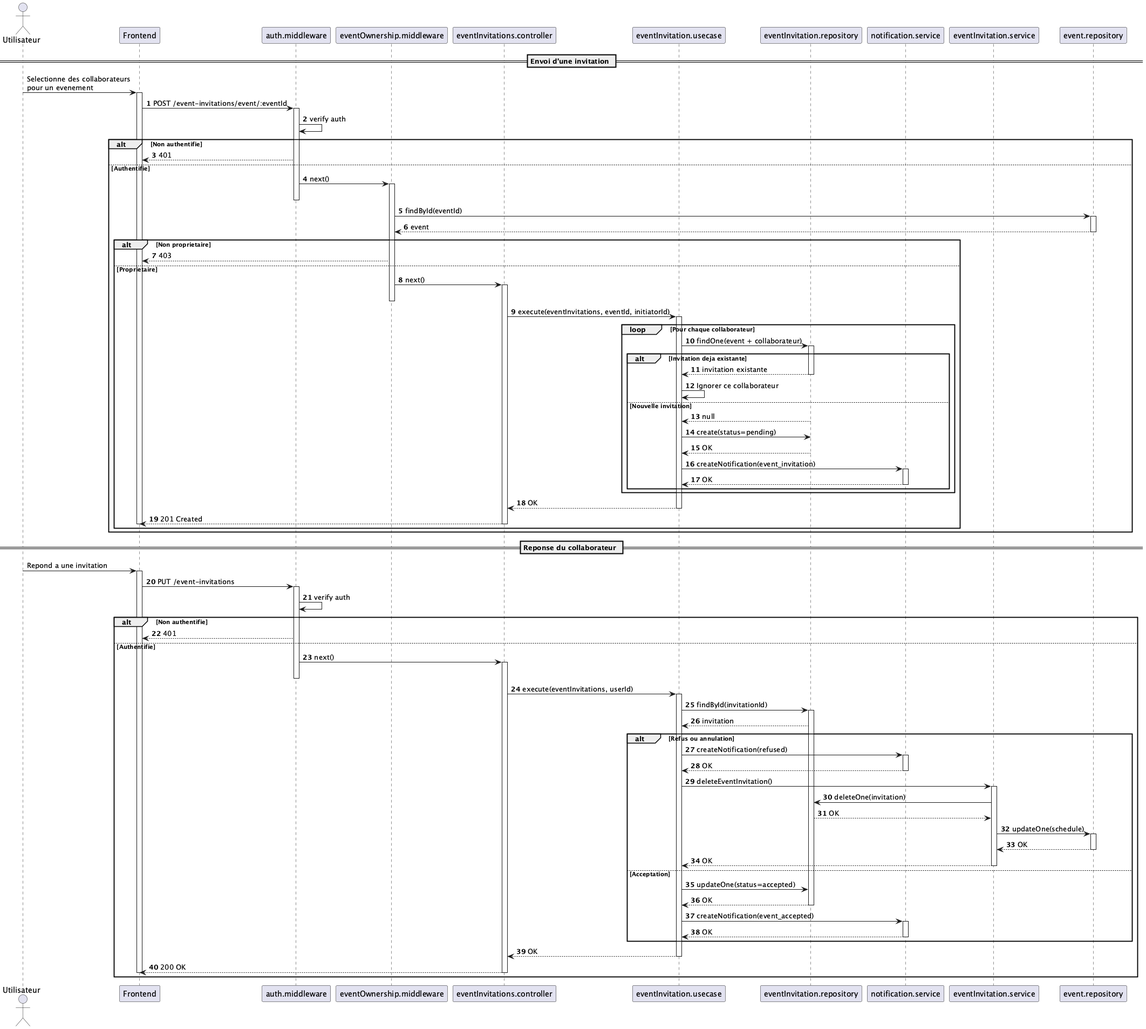
This is diagrams/event-invitation-sequence.png from Nikitasgit/leafymap_backend, a PlantUML export, as it was before one commit. The source it was exported from:
```plantuml
@startuml
!pragma layout smetana

skinparam shadowing false
autonumber

actor "Utilisateur" as user
participant "Frontend" as fe
participant "auth.middleware" as authMw
participant "eventOwnership.middleware" as ownerMw
participant "eventInvitations.controller" as ctrl
participant "eventInvitation.usecase" as action
participant "eventInvitation.repository" as invitationRepo
participant "notification.service" as notif
participant "eventInvitation.service" as invSvc
participant "event.repository" as eventRepo

== Envoi d'une invitation ==

autonumber stop
user -> fe : Selectionne des collaborateurs\npour un evenement
activate fe
autonumber resume

fe -> authMw : POST /event-invitations/event/:eventId
activate authMw
authMw -> authMw : verify auth

alt Non authentifie
  authMw --> fe : 401
else Authentifie
  authMw -> ownerMw : next()
  activate ownerMw
  deactivate authMw

  ownerMw -> eventRepo : findById(eventId)
  activate eventRepo
  eventRepo --> ownerMw : event
  deactivate eventRepo

  alt Non proprietaire
    ownerMw --> fe : 403
  else Proprietaire
    ownerMw -> ctrl : next()
    activate ctrl
    deactivate ownerMw

    ctrl -> action : execute(eventInvitations, eventId, initiatorId)
    activate action

    loop Pour chaque collaborateur
      action -> invitationRepo : findOne(event + collaborateur)
      activate invitationRepo

      alt Invitation deja existante
        invitationRepo --> action : invitation existante
        deactivate invitationRepo
        action -> action : Ignorer ce collaborateur
      else Nouvelle invitation
        invitationRepo --> action : null
        action -> invitationRepo : create(status=pending)
        invitationRepo --> action : OK
        deactivate invitationRepo
        action -> notif : createNotification(event_invitation)
        activate notif
        notif --> action : OK
        deactivate notif
      end
    end

    action --> ctrl : OK
    deactivate action

    ctrl --> fe : 201 Created
    deactivate ctrl
    deactivate fe
  end
end

== Reponse du collaborateur ==

autonumber stop
user -> fe : Repond a une invitation
activate fe
autonumber resume

fe -> authMw : PUT /event-invitations
activate authMw
authMw -> authMw : verify auth

alt Non authentifie
  authMw --> fe : 401
else Authentifie
  authMw -> ctrl : next()
  activate ctrl
  deactivate authMw

  ctrl -> action : execute(eventInvitations, userId)
  activate action

  action -> invitationRepo : findById(invitationId)
  activate invitationRepo
  invitationRepo --> action : invitation

  alt Refus ou annulation
    action -> notif : createNotification(refused)
    activate notif
    notif --> action : OK
    deactivate notif

    action -> invSvc : deleteEventInvitation()
    activate invSvc
    invSvc -> invitationRepo : deleteOne(invitation)
    invitationRepo --> invSvc : OK
    invSvc -> eventRepo : updateOne(schedule)
    activate eventRepo
    eventRepo --> invSvc : OK
    deactivate eventRepo
    invSvc --> action : OK
    deactivate invSvc
  else Acceptation
    action -> invitationRepo : updateOne(status=accepted)
    invitationRepo --> action : OK
    deactivate invitationRepo
    action -> notif : createNotification(event_accepted)
    activate notif
    notif --> action : OK
    deactivate notif
  end

  action --> ctrl : OK
  deactivate action
  ctrl --> fe : 200 OK
  deactivate ctrl
  deactivate fe
end

@enduml
```
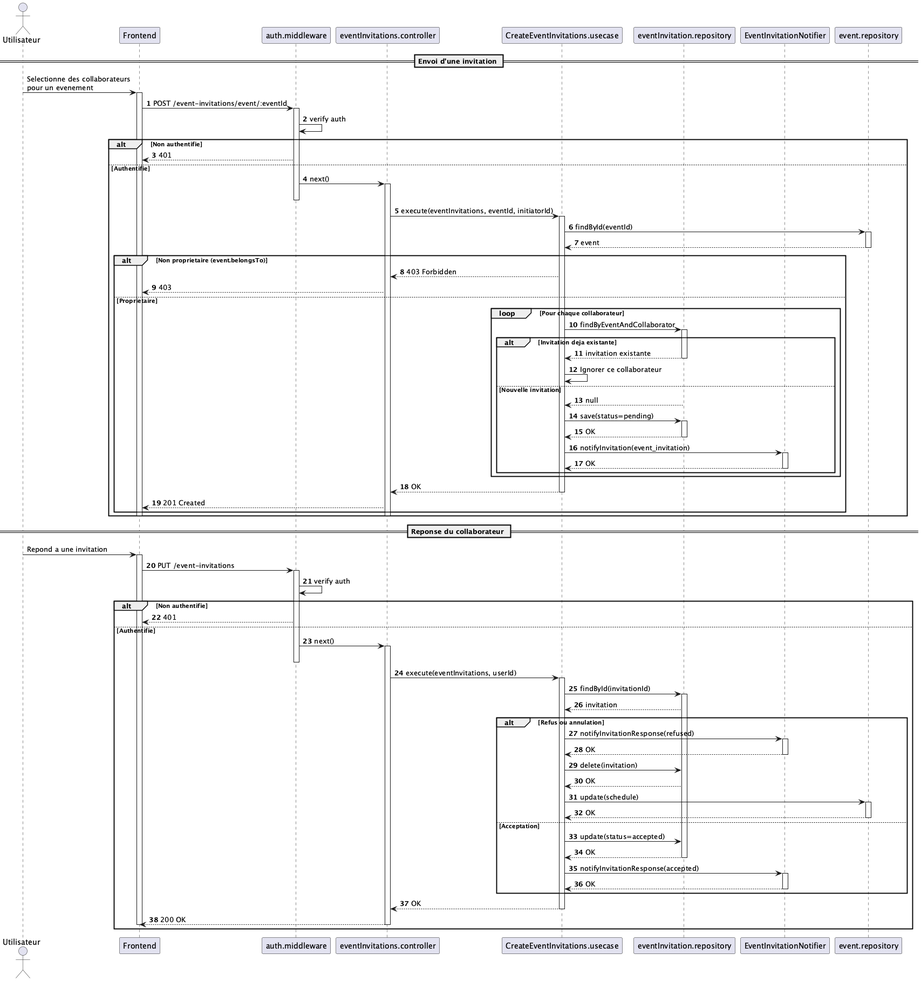
Later version of the same file.

Diff of the diagram source:
```diff
@@ -7,12 +7,10 @@
 actor "Utilisateur" as user
 participant "Frontend" as fe
 participant "auth.middleware" as authMw
-participant "eventOwnership.middleware" as ownerMw
 participant "eventInvitations.controller" as ctrl
-participant "eventInvitation.usecase" as action
+participant "CreateEventInvitations.usecase" as action
 participant "eventInvitation.repository" as invitationRepo
-participant "notification.service" as notif
-participant "eventInvitation.service" as invSvc
+participant "EventInvitationNotifier" as notif
 participant "event.repository" as eventRepo
 
 == Envoi d'une invitation ==
@@ -29,27 +27,24 @@
 alt Non authentifie
   authMw --> fe : 401
 else Authentifie
-  authMw -> ownerMw : next()
-  activate ownerMw
+  authMw -> ctrl : next()
+  activate ctrl
   deactivate authMw
 
-  ownerMw -> eventRepo : findById(eventId)
+  ctrl -> action : execute(eventInvitations, eventId, initiatorId)
+  activate action
+
+  action -> eventRepo : findById(eventId)
   activate eventRepo
-  eventRepo --> ownerMw : event
+  eventRepo --> action : event
   deactivate eventRepo
 
-  alt Non proprietaire
-    ownerMw --> fe : 403
+  alt Non proprietaire (event.belongsTo)
+    action --> ctrl : 403 Forbidden
+    ctrl --> fe : 403
   else Proprietaire
-    ownerMw -> ctrl : next()
-    activate ctrl
-    deactivate ownerMw
-
-    ctrl -> action : execute(eventInvitations, eventId, initiatorId)
-    activate action
-
     loop Pour chaque collaborateur
-      action -> invitationRepo : findOne(event + collaborateur)
+      action -> invitationRepo : findByEventAndCollaborator
       activate invitationRepo
 
       alt Invitation deja existante
@@ -58,10 +53,13 @@
         action -> action : Ignorer ce collaborateur
       else Nouvelle invitation
         invitationRepo --> action : null
-        action -> invitationRepo : create(status=pending)
+        deactivate invitationRepo
+
+        action -> invitationRepo : save(status=pending)
+        activate invitationRepo
         invitationRepo --> action : OK
         deactivate invitationRepo
-        action -> notif : createNotification(event_invitation)
+        action -> notif : notifyInvitation(event_invitation)
         activate notif
         notif --> action : OK
         deactivate notif
@@ -70,11 +68,10 @@
 
     action --> ctrl : OK
     deactivate action
-
     ctrl --> fe : 201 Created
-    deactivate ctrl
-    deactivate fe
   end
+  deactivate ctrl
+  deactivate fe
 end
 
 == Reponse du collaborateur ==
@@ -103,26 +100,22 @@
   invitationRepo --> action : invitation
 
   alt Refus ou annulation
-    action -> notif : createNotification(refused)
+    action -> notif : notifyInvitationResponse(refused)
     activate notif
     notif --> action : OK
     deactivate notif
 
-    action -> invSvc : deleteEventInvitation()
-    activate invSvc
-    invSvc -> invitationRepo : deleteOne(invitation)
-    invitationRepo --> invSvc : OK
-    invSvc -> eventRepo : updateOne(schedule)
+    action -> invitationRepo : delete(invitation)
+    invitationRepo --> action : OK
+    action -> eventRepo : update(schedule)
     activate eventRepo
-    eventRepo --> invSvc : OK
+    eventRepo --> action : OK
     deactivate eventRepo
-    invSvc --> action : OK
-    deactivate invSvc
   else Acceptation
-    action -> invitationRepo : updateOne(status=accepted)
+    action -> invitationRepo : update(status=accepted)
     invitationRepo --> action : OK
     deactivate invitationRepo
-    action -> notif : createNotification(event_accepted)
+    action -> notif : notifyInvitationResponse(accepted)
     activate notif
     notif --> action : OK
     deactivate notif
```
